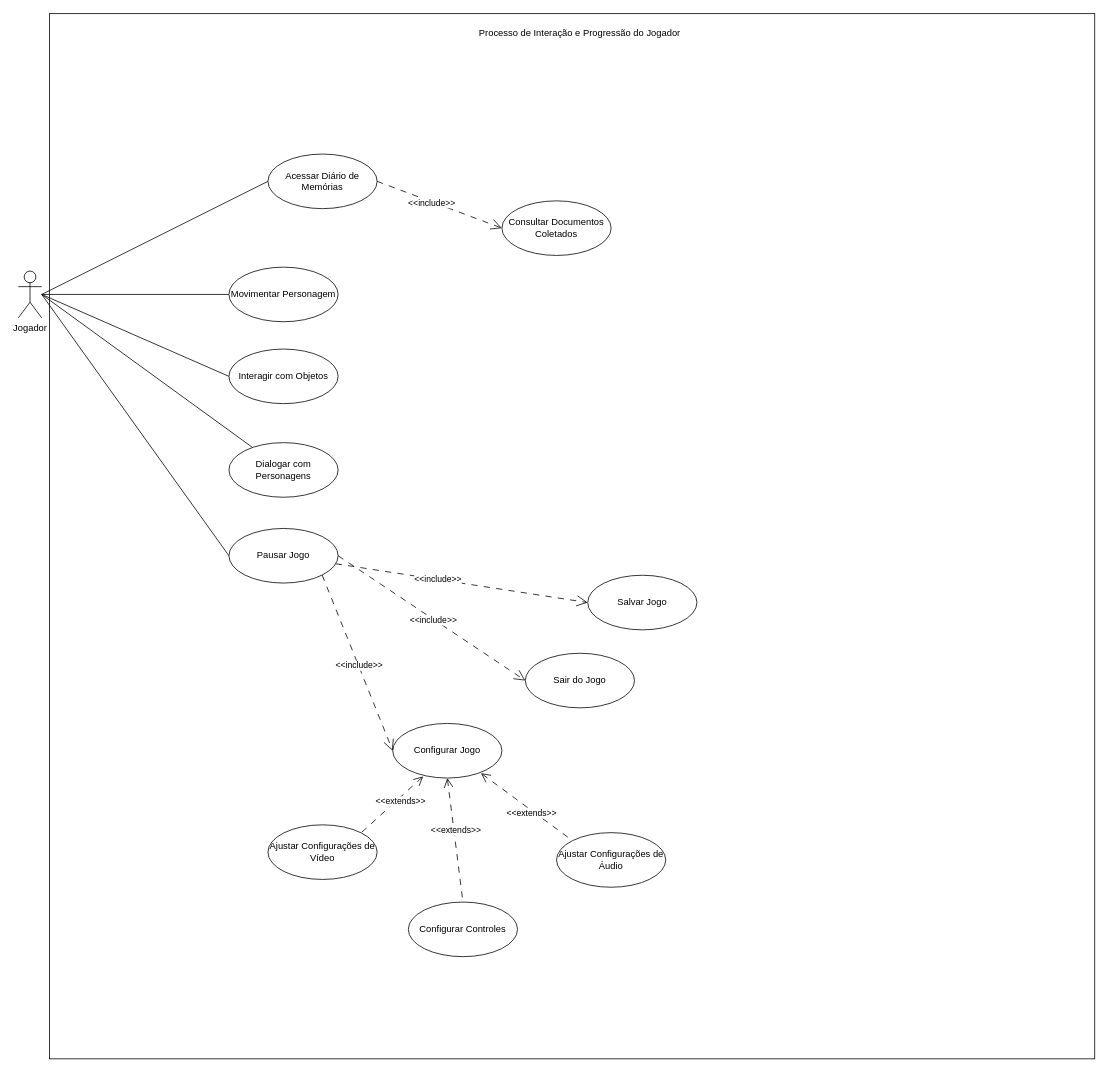
This is docs/casos-de-uso/caso-de-uso.drawio from omatheusfaria/Ani, a draw.io file, before an edit. Source tidied: cells renumbered, new cells numbered last; positions are measured from the earlier drawing's top-left corner, leaving out a move shared by most shapes. Both pictures are drawn from the tidied source at 78%, with x=0, y=0 at pixel (18, 13).
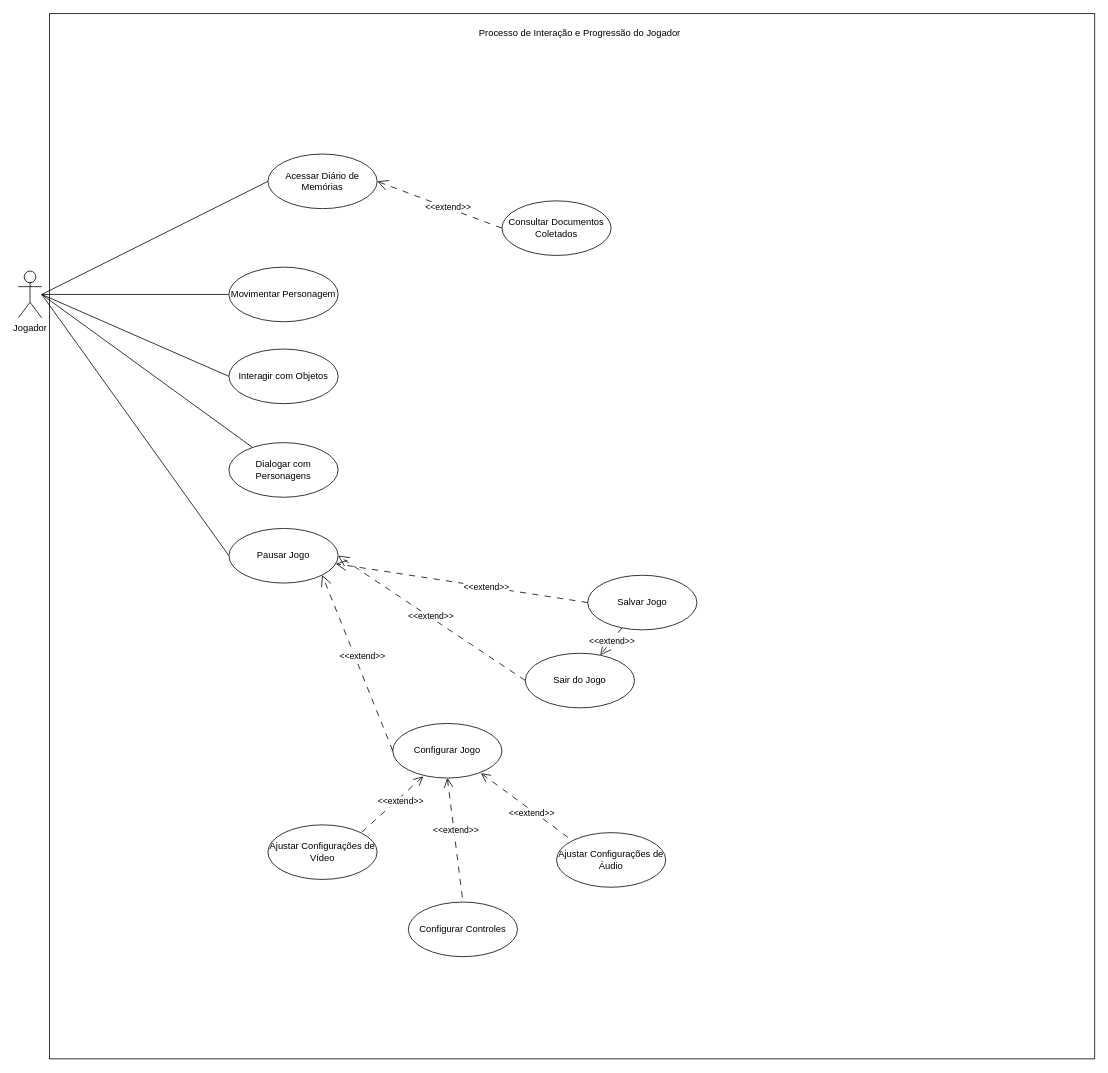
Above is the later version.

Commit message (it also covers changes not shown here):
Troca include por extend entre os casos de uso do diário e da pausa e fecha os itens 40 e 41

Unchanged cells that the change refers to:
```xml
<mxCell id="14" value="Consultar Documentos Coletados" style="ellipse;whiteSpace=wrap;html=1;" parent="1" vertex="1">
  <mxGeometry x="620" y="240" width="140" height="70" as="geometry" />
</mxCell>
<mxCell id="15" value="Salvar Jogo" style="ellipse;whiteSpace=wrap;html=1;" parent="1" vertex="1">
  <mxGeometry x="730" y="720" width="140" height="70" as="geometry" />
</mxCell>
<mxCell id="16" style="rounded=0;jettySize=auto;html=1;exitX=0.279;exitY=0.969;exitDx=0;exitDy=0;entryX=1;entryY=0;entryDx=0;entryDy=0;dashed=1;dashPattern=8 8;endArrow=none;endFill=0;endSize=12;startArrow=open;startFill=0;startSize=10;exitPerimeter=0;" parent="1" edge="1" source="22" target="31">
  <mxGeometry relative="1" as="geometry" />
</mxCell>
<mxCell id="18" style="rounded=0;jettySize=auto;html=1;exitX=0.5;exitY=1;exitDx=0;exitDy=0;entryX=0.5;entryY=0;entryDx=0;entryDy=0;dashed=1;dashPattern=8 8;endArrow=none;endFill=0;endSize=12;startSize=10;startArrow=open;startFill=0;" parent="1" edge="1" source="22" target="32">
  <mxGeometry relative="1" as="geometry" />
</mxCell>
<mxCell id="20" style="rounded=0;jettySize=auto;html=1;exitX=0.808;exitY=0.911;exitDx=0;exitDy=0;entryX=0;entryY=0;entryDx=0;entryDy=0;endArrow=none;endFill=0;dashed=1;dashPattern=8 8;endSize=12;startArrow=open;startFill=0;startSize=10;exitPerimeter=0;" parent="1" edge="1" source="22" target="33">
  <mxGeometry relative="1" as="geometry" />
</mxCell>
<mxCell id="22" value="Configurar Jogo" style="ellipse;whiteSpace=wrap;html=1;" parent="1" vertex="1">
  <mxGeometry x="480" y="910" width="140" height="70" as="geometry" />
</mxCell>
<mxCell id="29" value="Pausar Jogo" style="ellipse;whiteSpace=wrap;html=1;" parent="1" vertex="1">
  <mxGeometry x="270" y="660" width="140" height="70" as="geometry" />
</mxCell>
<mxCell id="30" value="Sair do Jogo" style="ellipse;whiteSpace=wrap;html=1;" parent="1" vertex="1">
  <mxGeometry x="650" y="820" width="140" height="70" as="geometry" />
</mxCell>
<mxCell id="34" value="Acessar Diário de Memórias" style="ellipse;whiteSpace=wrap;html=1;" parent="1" vertex="1">
  <mxGeometry x="320" y="180" width="140" height="70" as="geometry" />
</mxCell>
```

Change to the diagram source:
```diff
@@
-    <mxCell id="9" style="rounded=0;jettySize=auto;html=1;exitX=1;exitY=0.5;exitDx=0;exitDy=0;entryX=0;entryY=0.5;entryDx=0;entryDy=0;endArrow=open;endFill=0;dashed=1;dashPattern=8 8;endSize=12;" parent="1" edge="1" source="34" target="14">
+    <mxCell id="9" style="rounded=0;jettySize=auto;html=1;entryX=1;entryY=0.5;entryDx=0;entryDy=0;exitX=0;exitY=0.5;exitDx=0;exitDy=0;endArrow=open;endFill=0;dashed=1;dashPattern=8 8;endSize=12;" parent="1" edge="1" source="14" target="34">
       <mxGeometry relative="1" as="geometry" />
     </mxCell>
-    <mxCell id="10" value="&amp;lt;&amp;lt;include&amp;gt;&amp;gt;" style="edgeLabel;html=1;align=center;verticalAlign=middle;" parent="9" vertex="1">
+    <mxCell id="10" value="&amp;lt;&amp;lt;extend&amp;gt;&amp;gt;" style="edgeLabel;html=1;align=center;verticalAlign=middle;" parent="9" vertex="1">
       <mxGeometry x="-0.12" y="-1" relative="1" as="geometry" />
     </mxCell>
@@
-    <mxCell id="17" value="&amp;lt;&amp;lt;extends&amp;gt;&amp;gt;" style="edgeLabel;html=1;align=center;verticalAlign=middle;" parent="16" vertex="1">
+    <mxCell id="17" value="&amp;lt;&amp;lt;extend&amp;gt;&amp;gt;" style="edgeLabel;html=1;align=center;verticalAlign=middle;" parent="16" vertex="1">
       <mxGeometry x="0.26" y="2" relative="1" as="geometry">
         <mxPoint x="19" y="-16" as="offset" />
       </mxGeometry>
     </mxCell>
@@
-    <mxCell id="19" value="&amp;lt;&amp;lt;extends&amp;gt;&amp;gt;" style="edgeLabel;html=1;align=center;verticalAlign=middle;" parent="18" vertex="1">
+    <mxCell id="19" value="&amp;lt;&amp;lt;extend&amp;gt;&amp;gt;" style="edgeLabel;html=1;align=center;verticalAlign=middle;" parent="18" vertex="1">
       <mxGeometry x="-0.17" y="2" relative="1" as="geometry" />
     </mxCell>
@@
-    <mxCell id="21" value="&amp;lt;&amp;lt;extends&amp;gt;&amp;gt;" style="edgeLabel;html=1;align=center;verticalAlign=middle;" parent="20" vertex="1">
+    <mxCell id="21" value="&amp;lt;&amp;lt;extend&amp;gt;&amp;gt;" style="edgeLabel;html=1;align=center;verticalAlign=middle;" parent="20" vertex="1">
       <mxGeometry x="0.13" y="-3" relative="1" as="geometry" />
     </mxCell>
@@
-    <mxCell id="23" style="rounded=0;jettySize=auto;html=1;exitX=1;exitY=1;exitDx=0;exitDy=0;entryX=0;entryY=0.5;entryDx=0;entryDy=0;dashed=1;dashPattern=8 8;endArrow=open;endFill=0;endSize=12;" parent="1" edge="1" source="29" target="22">
+    <mxCell id="23" style="rounded=0;jettySize=auto;html=1;entryX=1;entryY=1;entryDx=0;entryDy=0;exitX=0;exitY=0.5;exitDx=0;exitDy=0;dashed=1;dashPattern=8 8;endArrow=open;endFill=0;endSize=12;" parent="1" edge="1" source="22" target="29">
       <mxGeometry relative="1" as="geometry" />
     </mxCell>
-    <mxCell id="24" value="&amp;lt;&amp;lt;include&amp;gt;&amp;gt;" style="edgeLabel;html=1;align=center;verticalAlign=middle;" parent="23" vertex="1">
+    <mxCell id="24" value="&amp;lt;&amp;lt;extend&amp;gt;&amp;gt;" style="edgeLabel;html=1;align=center;verticalAlign=middle;" parent="23" vertex="1">
       <mxGeometry x="0.04" y="-4" relative="1" as="geometry">
         <mxPoint x="4" y="-3" as="offset" />
       </mxGeometry>
     </mxCell>
-    <mxCell id="25" style="rounded=0;jettySize=auto;html=1;exitX=1;exitY=0.5;exitDx=0;exitDy=0;entryX=0;entryY=0.5;entryDx=0;entryDy=0;endArrow=open;endFill=0;dashed=1;dashPattern=8 8;endSize=12;" parent="1" edge="1" source="29" target="30">
+    <mxCell id="25" style="rounded=0;jettySize=auto;html=1;entryX=1;entryY=0.5;entryDx=0;entryDy=0;exitX=0;exitY=0.5;exitDx=0;exitDy=0;endArrow=open;endFill=0;dashed=1;dashPattern=8 8;endSize=12;" parent="1" edge="1" source="30" target="29">
       <mxGeometry relative="1" as="geometry" />
     </mxCell>
-    <mxCell id="26" value="&amp;lt;&amp;lt;include&amp;gt;&amp;gt;" style="edgeLabel;html=1;align=center;verticalAlign=middle;" parent="25" vertex="1">
+    <mxCell id="26" value="&amp;lt;&amp;lt;extend&amp;gt;&amp;gt;" style="edgeLabel;html=1;align=center;verticalAlign=middle;" parent="25" vertex="1">
       <mxGeometry x="0.02" y="-1" relative="1" as="geometry" />
     </mxCell>
+    <mxCell id="36" style="rounded=0;jettySize=auto;html=1;endArrow=open;endFill=0;dashed=1;dashPattern=8 8;endSize=12;" parent="1" edge="1" source="15" target="30">
+      <mxGeometry relative="1" as="geometry" />
+    </mxCell>
+    <mxCell id="37" value="&amp;lt;&amp;lt;extend&amp;gt;&amp;gt;" style="edgeLabel;html=1;align=center;verticalAlign=middle;" parent="36" vertex="1">
+      <mxGeometry relative="1" as="geometry" />
+    </mxCell>
-    <mxCell id="27" style="rounded=0;jettySize=auto;html=1;entryX=0;entryY=0.5;entryDx=0;entryDy=0;endArrow=open;endFill=0;endSize=12;dashed=1;dashPattern=8 8;" parent="1" edge="1" source="29" target="15">
+    <mxCell id="27" style="rounded=0;jettySize=auto;html=1;exitX=0;exitY=0.5;exitDx=0;exitDy=0;endArrow=open;endFill=0;endSize=12;dashed=1;dashPattern=8 8;" parent="1" edge="1" source="15" target="29">
       <mxGeometry relative="1" as="geometry" />
     </mxCell>
-    <mxCell id="28" value="&amp;lt;&amp;lt;include&amp;gt;&amp;gt;" style="edgeLabel;html=1;align=center;verticalAlign=middle;" parent="27" vertex="1">
+    <mxCell id="28" value="&amp;lt;&amp;lt;extend&amp;gt;&amp;gt;" style="edgeLabel;html=1;align=center;verticalAlign=middle;" parent="27" vertex="1">
       <mxGeometry x="-0.19" y="1" relative="1" as="geometry" />
     </mxCell>
```
